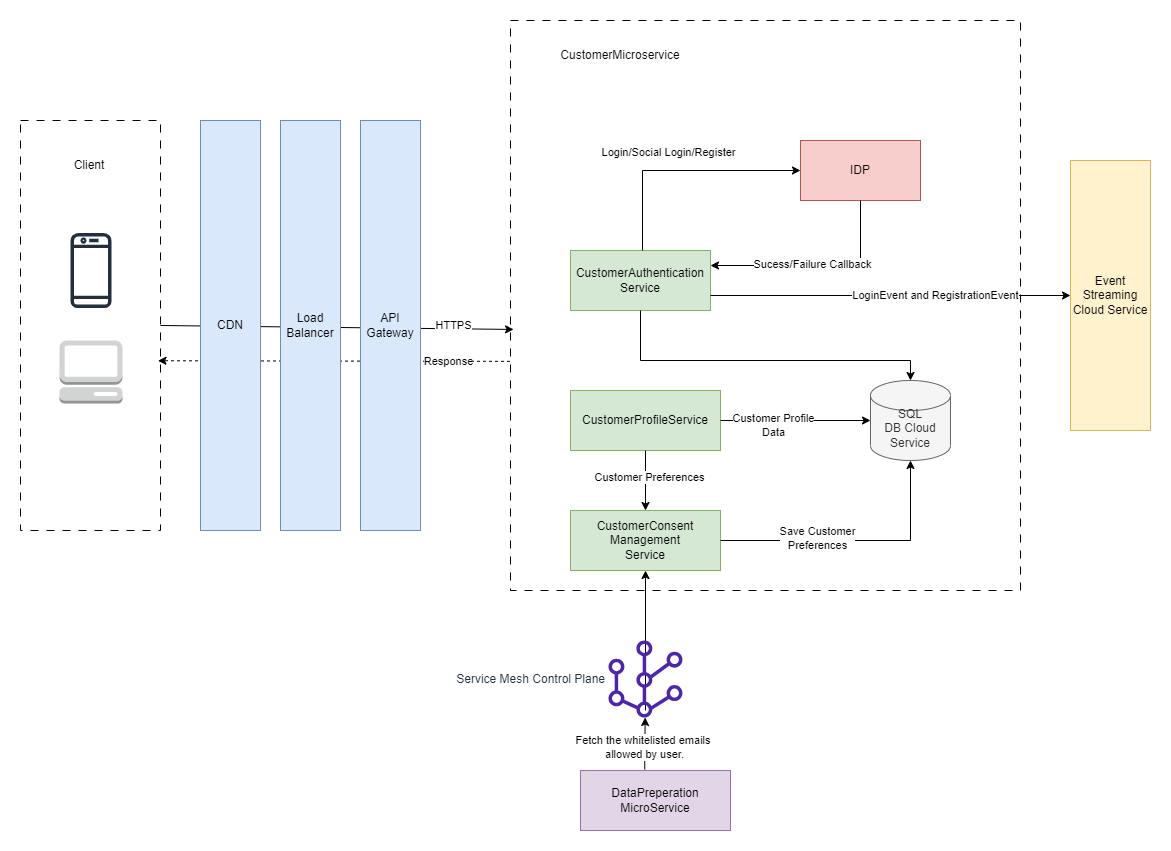
The draw.io diagram Diagrams/IndividualComponentDiagrams/CustomerService.drawio.png in beyond-blueprints/arch-katas-2023, before a commit. Source tidied: cells renumbered, new cells last; positions are measured from the earlier drawing's top-left corner, leaving out a move shared by most shapes. Its diagram source:
```xml
<mxGraphModel>
  <root>
    <mxCell id="0" />
    <mxCell id="1" parent="0" />
    <mxCell id="2" style="endArrow=classic;html=1;rounded=0;entryX=0.982;entryY=0.586;entryDx=0;entryDy=0;entryPerimeter=0;exitX=-0.001;exitY=0.598;exitDx=0;exitDy=0;exitPerimeter=0;dashed=1;" parent="1" edge="1" source="4" target="19">
      <mxGeometry relative="1" as="geometry" />
    </mxCell>
    <mxCell id="3" value="Response" style="edgeLabel;html=1;align=center;verticalAlign=middle;" parent="2" vertex="1">
      <mxGeometry x="-0.63" y="-2" relative="1" as="geometry">
        <mxPoint x="1" as="offset" />
      </mxGeometry>
    </mxCell>
    <mxCell id="4" style="rounded=0;whiteSpace=wrap;html=1;align=right;fontSize=18;labelPosition=left;verticalLabelPosition=top;verticalAlign=bottom;horizontal=1;dashed=1;dashPattern=8 8;fillStyle=auto;fillColor=none;" parent="1" vertex="1">
      <mxGeometry x="490" width="510" height="570" as="geometry" />
    </mxCell>
    <mxCell id="5" value="CustomerAuthentication&lt;br&gt;Service" style="rounded=0;whiteSpace=wrap;html=1;fillColor=#d5e8d4;strokeColor=#82b366;" parent="1" vertex="1">
      <mxGeometry x="550" y="230" width="140" height="60" as="geometry" />
    </mxCell>
    <mxCell id="6" value="IDP" style="rounded=0;whiteSpace=wrap;html=1;fillColor=#f8cecc;strokeColor=#b85450;" parent="1" vertex="1">
      <mxGeometry x="780" y="120" width="120" height="60" as="geometry" />
    </mxCell>
    <mxCell id="7" style="endArrow=classic;html=1;rounded=0;entryX=0;entryY=0.5;entryDx=0;entryDy=0;" parent="1" edge="1" target="6">
      <mxGeometry relative="1" as="geometry">
        <mxPoint x="622" y="230" as="sourcePoint" />
        <Array as="points">
          <mxPoint x="622" y="150" />
        </Array>
      </mxGeometry>
    </mxCell>
    <mxCell id="8" value="Login/Social Login/Register" style="edgeLabel;html=1;align=center;verticalAlign=middle;" parent="7" vertex="1">
      <mxGeometry x="-0.11" y="-6" relative="1" as="geometry">
        <mxPoint y="-26" as="offset" />
      </mxGeometry>
    </mxCell>
    <mxCell id="9" value="SQL&lt;br&gt;DB Cloud Service" style="shape=cylinder3;whiteSpace=wrap;html=1;boundedLbl=1;backgroundOutline=1;size=15;fillColor=#f5f5f5;fontColor=#333333;strokeColor=#666666;" parent="1" vertex="1">
      <mxGeometry x="850" y="360" width="80" height="80" as="geometry" />
    </mxCell>
    <mxCell id="10" value="CustomerMicroservice" style="text;html=1;strokeColor=none;fillColor=none;align=center;verticalAlign=middle;whiteSpace=wrap;rounded=0;" parent="1" vertex="1">
      <mxGeometry x="570" y="20" width="60" height="30" as="geometry" />
    </mxCell>
    <mxCell id="11" style="endArrow=classic;html=1;rounded=0;exitX=0.5;exitY=1;exitDx=0;exitDy=0;entryX=1;entryY=0.25;entryDx=0;entryDy=0;" parent="1" edge="1" source="6" target="5">
      <mxGeometry relative="1" as="geometry">
        <Array as="points">
          <mxPoint x="840" y="245" />
        </Array>
      </mxGeometry>
    </mxCell>
    <mxCell id="12" value="Sucess/Failure Callback" style="edgeLabel;html=1;align=center;verticalAlign=middle;" parent="11" vertex="1">
      <mxGeometry x="0.07" y="-3" relative="1" as="geometry">
        <mxPoint x="1" as="offset" />
      </mxGeometry>
    </mxCell>
    <mxCell id="13" value="Event Streaming Cloud Service" style="rounded=0;whiteSpace=wrap;html=1;fillColor=#fff2cc;strokeColor=#d6b656;" parent="1" vertex="1">
      <mxGeometry x="1050" y="140" width="80" height="270" as="geometry" />
    </mxCell>
    <mxCell id="14" style="endArrow=classic;html=1;rounded=0;exitX=1;exitY=0.75;exitDx=0;exitDy=0;entryX=0;entryY=0.5;entryDx=0;entryDy=0;" parent="1" edge="1" source="5" target="13">
      <mxGeometry relative="1" as="geometry" />
    </mxCell>
    <mxCell id="15" value="LoginEvent and RegistrationEvent" style="edgeLabel;html=1;align=center;verticalAlign=middle;" parent="14" vertex="1">
      <mxGeometry x="0.25" y="2" relative="1" as="geometry">
        <mxPoint x="-1" as="offset" />
      </mxGeometry>
    </mxCell>
    <mxCell id="16" value="CustomerProfileService" style="rounded=0;whiteSpace=wrap;html=1;fillColor=#d5e8d4;strokeColor=#82b366;" parent="1" vertex="1">
      <mxGeometry x="550" y="370" width="150" height="60" as="geometry" />
    </mxCell>
    <mxCell id="17" style="sketch=0;fontColor=#232F3E;gradientColor=none;fillColor=#232F3D;strokeColor=none;dashed=0;verticalLabelPosition=bottom;verticalAlign=top;align=center;html=1;fontSize=12;fontStyle=0;shape=mxgraph.aws4.mobile_client;" parent="1" vertex="1">
      <mxGeometry x="50" y="211" width="41" height="78" as="geometry" />
    </mxCell>
    <mxCell id="18" style="dashed=0;verticalLabelPosition=bottom;verticalAlign=top;align=center;html=1;shape=mxgraph.aws3.management_console;fillColor=#D2D3D3;gradientColor=none;" parent="1" vertex="1">
      <mxGeometry x="39" y="320" width="63" height="63" as="geometry" />
    </mxCell>
    <mxCell id="19" style="rounded=0;whiteSpace=wrap;html=1;align=right;fontSize=18;labelPosition=left;verticalLabelPosition=top;verticalAlign=bottom;horizontal=1;dashed=1;dashPattern=8 8;fillStyle=auto;fillColor=none;" parent="1" vertex="1">
      <mxGeometry y="100" width="140" height="410" as="geometry" />
    </mxCell>
    <mxCell id="20" value="Client" style="text;html=1;strokeColor=none;fillColor=none;align=center;verticalAlign=middle;whiteSpace=wrap;rounded=0;" parent="1" vertex="1">
      <mxGeometry x="39" y="130" width="60" height="30" as="geometry" />
    </mxCell>
    <mxCell id="21" style="endArrow=classic;html=1;rounded=0;entryX=0.006;entryY=0.542;entryDx=0;entryDy=0;entryPerimeter=0;exitX=1;exitY=0.5;exitDx=0;exitDy=0;" parent="1" edge="1" source="19" target="4">
      <mxGeometry relative="1" as="geometry" />
    </mxCell>
    <mxCell id="22" value="HTTPS" style="edgeLabel;html=1;align=center;verticalAlign=middle;" parent="21" vertex="1">
      <mxGeometry x="0.76" y="3" relative="1" as="geometry">
        <mxPoint x="-21" y="-2" as="offset" />
      </mxGeometry>
    </mxCell>
    <mxCell id="23" value="CDN" style="rounded=0;whiteSpace=wrap;html=1;fillColor=#dae8fc;strokeColor=#6c8ebf;" parent="1" vertex="1">
      <mxGeometry x="180" y="100" width="60" height="410" as="geometry" />
    </mxCell>
    <mxCell id="24" value="Load Balancer" style="rounded=0;whiteSpace=wrap;html=1;fillColor=#dae8fc;strokeColor=#6c8ebf;" parent="1" vertex="1">
      <mxGeometry x="260" y="100" width="60" height="410" as="geometry" />
    </mxCell>
    <mxCell id="25" style="endArrow=classic;html=1;rounded=0;exitX=0.5;exitY=1;exitDx=0;exitDy=0;entryX=0.5;entryY=0;entryDx=0;entryDy=0;entryPerimeter=0;" parent="1" edge="1" source="5" target="9">
      <mxGeometry relative="1" as="geometry">
        <Array as="points">
          <mxPoint x="620" y="340" />
          <mxPoint x="890" y="340" />
        </Array>
      </mxGeometry>
    </mxCell>
    <mxCell id="26" style="endArrow=classic;html=1;rounded=0;exitX=1;exitY=0.5;exitDx=0;exitDy=0;entryX=0;entryY=0.5;entryDx=0;entryDy=0;entryPerimeter=0;" parent="1" edge="1" source="16" target="9">
      <mxGeometry relative="1" as="geometry" />
    </mxCell>
    <mxCell id="27" value="Customer Profile&lt;br&gt;Data" style="edgeLabel;html=1;align=center;verticalAlign=middle;" parent="26" vertex="1">
      <mxGeometry x="-0.3" y="-3" relative="1" as="geometry">
        <mxPoint x="-1" as="offset" />
      </mxGeometry>
    </mxCell>
    <mxCell id="28" value="CustomerConsent&lt;br&gt;Management&lt;br&gt;Service" style="rounded=0;whiteSpace=wrap;html=1;fillColor=#d5e8d4;strokeColor=#82b366;" parent="1" vertex="1">
      <mxGeometry x="550" y="490" width="150" height="60" as="geometry" />
    </mxCell>
    <mxCell id="29" style="endArrow=classic;html=1;rounded=0;exitX=1;exitY=0.5;exitDx=0;exitDy=0;entryX=0.5;entryY=1;entryDx=0;entryDy=0;entryPerimeter=0;" parent="1" edge="1" source="28" target="9">
      <mxGeometry relative="1" as="geometry">
        <Array as="points">
          <mxPoint x="890" y="520" />
        </Array>
      </mxGeometry>
    </mxCell>
    <mxCell id="30" value="Save Customer &lt;br&gt;Preferences" style="edgeLabel;html=1;align=center;verticalAlign=middle;" parent="29" vertex="1">
      <mxGeometry x="-0.29" y="4" relative="1" as="geometry">
        <mxPoint x="-1" as="offset" />
      </mxGeometry>
    </mxCell>
    <mxCell id="31" style="endArrow=classic;html=1;rounded=0;exitX=0.5;exitY=0;exitDx=0;exitDy=0;" parent="1" edge="1">
      <mxGeometry relative="1" as="geometry">
        <mxPoint x="625" y="690" as="sourcePoint" />
        <mxPoint x="625" y="550" as="targetPoint" />
      </mxGeometry>
    </mxCell>
    <mxCell id="32" value="DataPreperation&lt;br&gt;MicroService" style="rounded=0;whiteSpace=wrap;html=1;fillColor=#e1d5e7;strokeColor=#9673a6;" parent="1" vertex="1">
      <mxGeometry x="560" y="750" width="150" height="60" as="geometry" />
    </mxCell>
    <mxCell id="33" value="Service Mesh Control Plane" style="sketch=0;outlineConnect=0;fontColor=#232F3E;gradientColor=none;fillColor=#4D27AA;strokeColor=none;dashed=0;verticalLabelPosition=middle;verticalAlign=middle;align=right;html=1;fontSize=12;fontStyle=0;shape=mxgraph.aws4.mesh;labelPosition=left;" parent="1" vertex="1">
      <mxGeometry x="586" y="620" width="78" height="77" as="geometry" />
    </mxCell>
    <mxCell id="34" style="endArrow=classic;html=1;rounded=0;exitX=0.428;exitY=-0.017;exitDx=0;exitDy=0;exitPerimeter=0;" parent="1" edge="1" source="32" target="33">
      <mxGeometry relative="1" as="geometry" />
    </mxCell>
    <mxCell id="35" value="Fetch the whitelisted emails&amp;nbsp;&lt;br&gt;allowed by user." style="edgeLabel;html=1;align=center;verticalAlign=middle;" parent="34" vertex="1">
      <mxGeometry x="-0.02" y="2" relative="1" as="geometry" />
    </mxCell>
    <mxCell id="36" style="endArrow=classic;html=1;rounded=0;entryX=0.5;entryY=0;entryDx=0;entryDy=0;exitX=0.5;exitY=1;exitDx=0;exitDy=0;" parent="1" edge="1" source="16" target="28">
      <mxGeometry relative="1" as="geometry" />
    </mxCell>
    <mxCell id="37" value="Customer Preferences" style="edgeLabel;html=1;align=center;verticalAlign=middle;" parent="36" vertex="1">
      <mxGeometry x="-0.19" y="2" relative="1" as="geometry">
        <mxPoint y="1" as="offset" />
      </mxGeometry>
    </mxCell>
    <mxCell id="38" value="API Gateway" style="rounded=0;whiteSpace=wrap;html=1;fillColor=#dae8fc;strokeColor=#6c8ebf;" parent="1" vertex="1">
      <mxGeometry x="340" y="100" width="60" height="410" as="geometry" />
    </mxCell>
  </root>
</mxGraphModel>
```
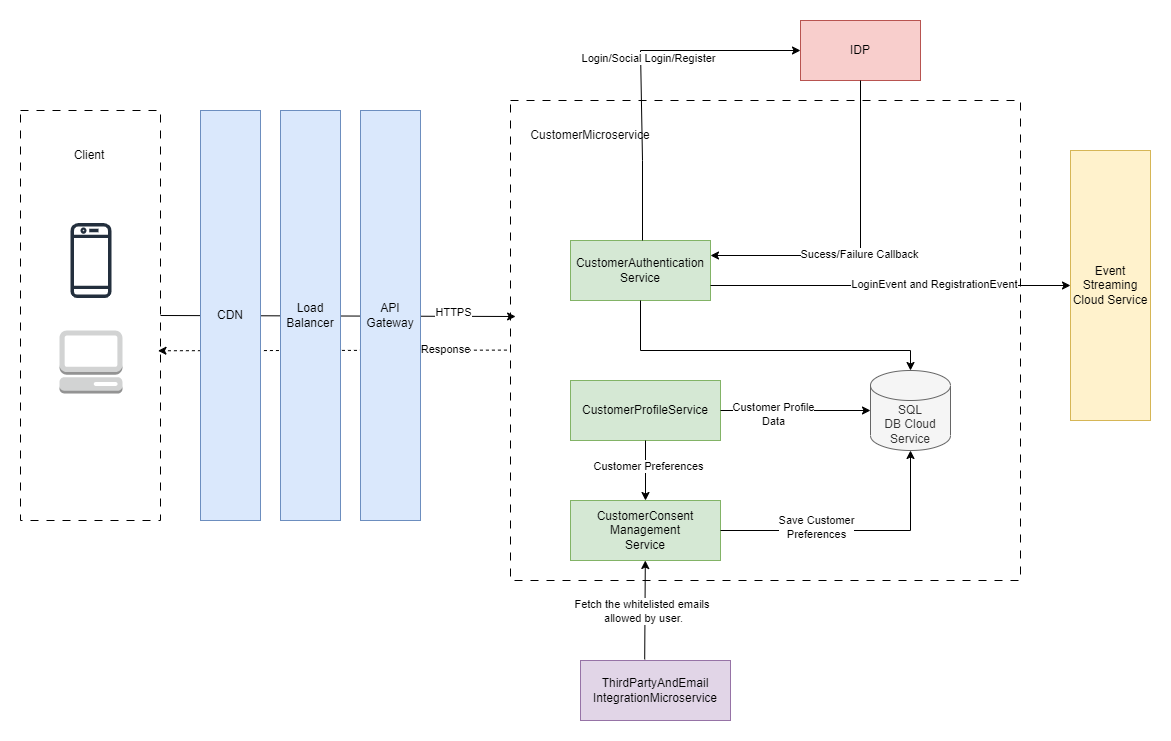
The same diagram one commit later.

The edit, as a diff of the source:
```diff
@@ -2,7 +2,7 @@
   <root>
     <mxCell id="0" />
     <mxCell id="1" parent="0" />
-    <mxCell id="2" style="endArrow=classic;html=1;rounded=0;entryX=0.982;entryY=0.586;entryDx=0;entryDy=0;entryPerimeter=0;exitX=-0.001;exitY=0.598;exitDx=0;exitDy=0;exitPerimeter=0;dashed=1;" parent="1" edge="1" source="4" target="19">
+    <mxCell id="2" style="endArrow=classic;html=1;rounded=0;entryX=0.982;entryY=0.586;entryDx=0;entryDy=0;entryPerimeter=0;exitX=-0.007;exitY=0.52;exitDx=0;exitDy=0;dashed=1;exitPerimeter=0;" parent="1" edge="1" source="4" target="19">
       <mxGeometry relative="1" as="geometry" />
     </mxCell>
     <mxCell id="3" value="Response" style="edgeLabel;html=1;align=center;verticalAlign=middle;" parent="2" vertex="1">
@@ -11,19 +11,20 @@
       </mxGeometry>
     </mxCell>
     <mxCell id="4" style="rounded=0;whiteSpace=wrap;html=1;align=right;fontSize=18;labelPosition=left;verticalLabelPosition=top;verticalAlign=bottom;horizontal=1;dashed=1;dashPattern=8 8;fillStyle=auto;fillColor=none;" parent="1" vertex="1">
-      <mxGeometry x="490" width="510" height="570" as="geometry" />
+      <mxGeometry x="490" y="90" width="510" height="480" as="geometry" />
     </mxCell>
     <mxCell id="5" value="CustomerAuthentication&lt;br&gt;Service" style="rounded=0;whiteSpace=wrap;html=1;fillColor=#d5e8d4;strokeColor=#82b366;" parent="1" vertex="1">
       <mxGeometry x="550" y="230" width="140" height="60" as="geometry" />
     </mxCell>
     <mxCell id="6" value="IDP" style="rounded=0;whiteSpace=wrap;html=1;fillColor=#f8cecc;strokeColor=#b85450;" parent="1" vertex="1">
-      <mxGeometry x="780" y="120" width="120" height="60" as="geometry" />
+      <mxGeometry x="780" y="10" width="120" height="60" as="geometry" />
     </mxCell>
     <mxCell id="7" style="endArrow=classic;html=1;rounded=0;entryX=0;entryY=0.5;entryDx=0;entryDy=0;" parent="1" edge="1" target="6">
       <mxGeometry relative="1" as="geometry">
         <mxPoint x="622" y="230" as="sourcePoint" />
         <Array as="points">
           <mxPoint x="622" y="150" />
+          <mxPoint x="620" y="40" />
         </Array>
       </mxGeometry>
     </mxCell>
@@ -35,9 +36,6 @@
     <mxCell id="9" value="SQL&lt;br&gt;DB Cloud Service" style="shape=cylinder3;whiteSpace=wrap;html=1;boundedLbl=1;backgroundOutline=1;size=15;fillColor=#f5f5f5;fontColor=#333333;strokeColor=#666666;" parent="1" vertex="1">
       <mxGeometry x="850" y="360" width="80" height="80" as="geometry" />
     </mxCell>
-    <mxCell id="10" value="CustomerMicroservice" style="text;html=1;strokeColor=none;fillColor=none;align=center;verticalAlign=middle;whiteSpace=wrap;rounded=0;" parent="1" vertex="1">
-      <mxGeometry x="570" y="20" width="60" height="30" as="geometry" />
-    </mxCell>
     <mxCell id="11" style="endArrow=classic;html=1;rounded=0;exitX=0.5;exitY=1;exitDx=0;exitDy=0;entryX=1;entryY=0.25;entryDx=0;entryDy=0;" parent="1" edge="1" source="6" target="5">
       <mxGeometry relative="1" as="geometry">
         <Array as="points">
@@ -76,7 +74,7 @@
     <mxCell id="20" value="Client" style="text;html=1;strokeColor=none;fillColor=none;align=center;verticalAlign=middle;whiteSpace=wrap;rounded=0;" parent="1" vertex="1">
       <mxGeometry x="39" y="130" width="60" height="30" as="geometry" />
     </mxCell>
-    <mxCell id="21" style="endArrow=classic;html=1;rounded=0;entryX=0.006;entryY=0.542;entryDx=0;entryDy=0;entryPerimeter=0;exitX=1;exitY=0.5;exitDx=0;exitDy=0;" parent="1" edge="1" source="19" target="4">
+    <mxCell id="21" style="endArrow=classic;html=1;rounded=0;entryX=0.01;entryY=0.45;entryDx=0;entryDy=0;entryPerimeter=0;exitX=1;exitY=0.5;exitDx=0;exitDy=0;" parent="1" edge="1" source="19" target="4">
       <mxGeometry relative="1" as="geometry" />
     </mxCell>
     <mxCell id="22" value="HTTPS" style="edgeLabel;html=1;align=center;verticalAlign=middle;" parent="21" vertex="1">
@@ -121,19 +119,10 @@
         <mxPoint x="-1" as="offset" />
       </mxGeometry>
     </mxCell>
-    <mxCell id="31" style="endArrow=classic;html=1;rounded=0;exitX=0.5;exitY=0;exitDx=0;exitDy=0;" parent="1" edge="1">
-      <mxGeometry relative="1" as="geometry">
-        <mxPoint x="625" y="690" as="sourcePoint" />
-        <mxPoint x="625" y="550" as="targetPoint" />
-      </mxGeometry>
-    </mxCell>
-    <mxCell id="32" value="DataPreperation&lt;br&gt;MicroService" style="rounded=0;whiteSpace=wrap;html=1;fillColor=#e1d5e7;strokeColor=#9673a6;" parent="1" vertex="1">
-      <mxGeometry x="560" y="750" width="150" height="60" as="geometry" />
+    <mxCell id="32" value="ThirdPartyAndEmail&lt;br&gt;IntegrationMicroservice" style="rounded=0;whiteSpace=wrap;html=1;fillColor=#e1d5e7;strokeColor=#9673a6;" parent="1" vertex="1">
+      <mxGeometry x="560" y="650" width="150" height="60" as="geometry" />
     </mxCell>
-    <mxCell id="33" value="Service Mesh Control Plane" style="sketch=0;outlineConnect=0;fontColor=#232F3E;gradientColor=none;fillColor=#4D27AA;strokeColor=none;dashed=0;verticalLabelPosition=middle;verticalAlign=middle;align=right;html=1;fontSize=12;fontStyle=0;shape=mxgraph.aws4.mesh;labelPosition=left;" parent="1" vertex="1">
-      <mxGeometry x="586" y="620" width="78" height="77" as="geometry" />
-    </mxCell>
-    <mxCell id="34" style="endArrow=classic;html=1;rounded=0;exitX=0.428;exitY=-0.017;exitDx=0;exitDy=0;exitPerimeter=0;" parent="1" edge="1" source="32" target="33">
+    <mxCell id="34" style="endArrow=classic;html=1;rounded=0;exitX=0.428;exitY=-0.017;exitDx=0;exitDy=0;exitPerimeter=0;" parent="1" edge="1" source="32" target="28">
       <mxGeometry relative="1" as="geometry" />
     </mxCell>
     <mxCell id="35" value="Fetch the whitelisted emails&amp;nbsp;&lt;br&gt;allowed by user." style="edgeLabel;html=1;align=center;verticalAlign=middle;" parent="34" vertex="1">
@@ -150,5 +139,8 @@
     <mxCell id="38" value="API Gateway" style="rounded=0;whiteSpace=wrap;html=1;fillColor=#dae8fc;strokeColor=#6c8ebf;" parent="1" vertex="1">
       <mxGeometry x="340" y="100" width="60" height="410" as="geometry" />
     </mxCell>
+    <mxCell id="10" value="CustomerMicroservice" style="text;html=1;strokeColor=none;fillColor=none;align=center;verticalAlign=middle;whiteSpace=wrap;rounded=0;" parent="1" vertex="1">
+      <mxGeometry x="540" y="110" width="60" height="30" as="geometry" />
+    </mxCell>
   </root>
 </mxGraphModel>
```
